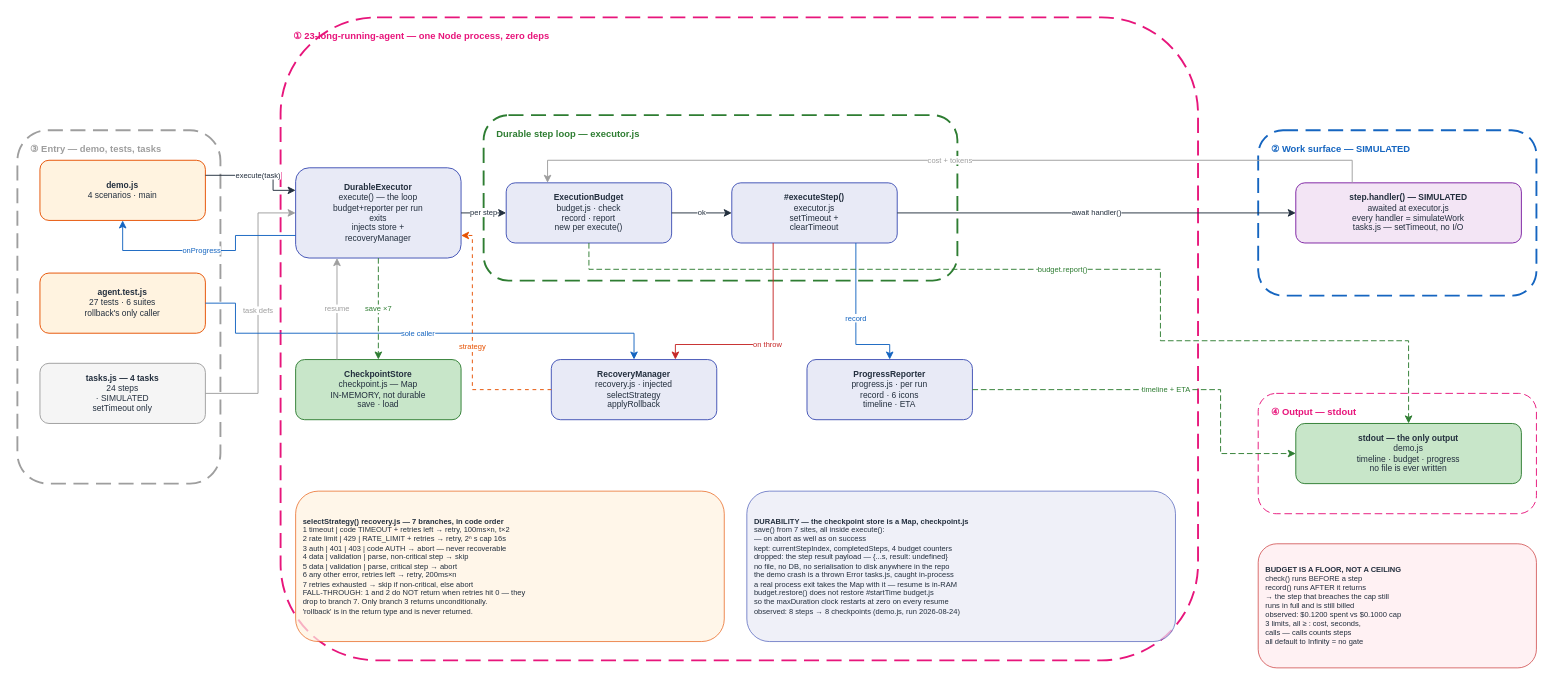
Above: docs/diagrams/long_running_v1/HOA_LongRunning_v1.drawio in gmaheshraju/Hands-on-AgenticAI (draw.io), before the change. Source tidied: cells renumbered, new cells numbered last; positions are measured from the earlier drawing's top-left corner, leaving out a move shared by most shapes. Both pictures are drawn from the tidied source at 94%, with x=0, y=0 at pixel (17, 17).
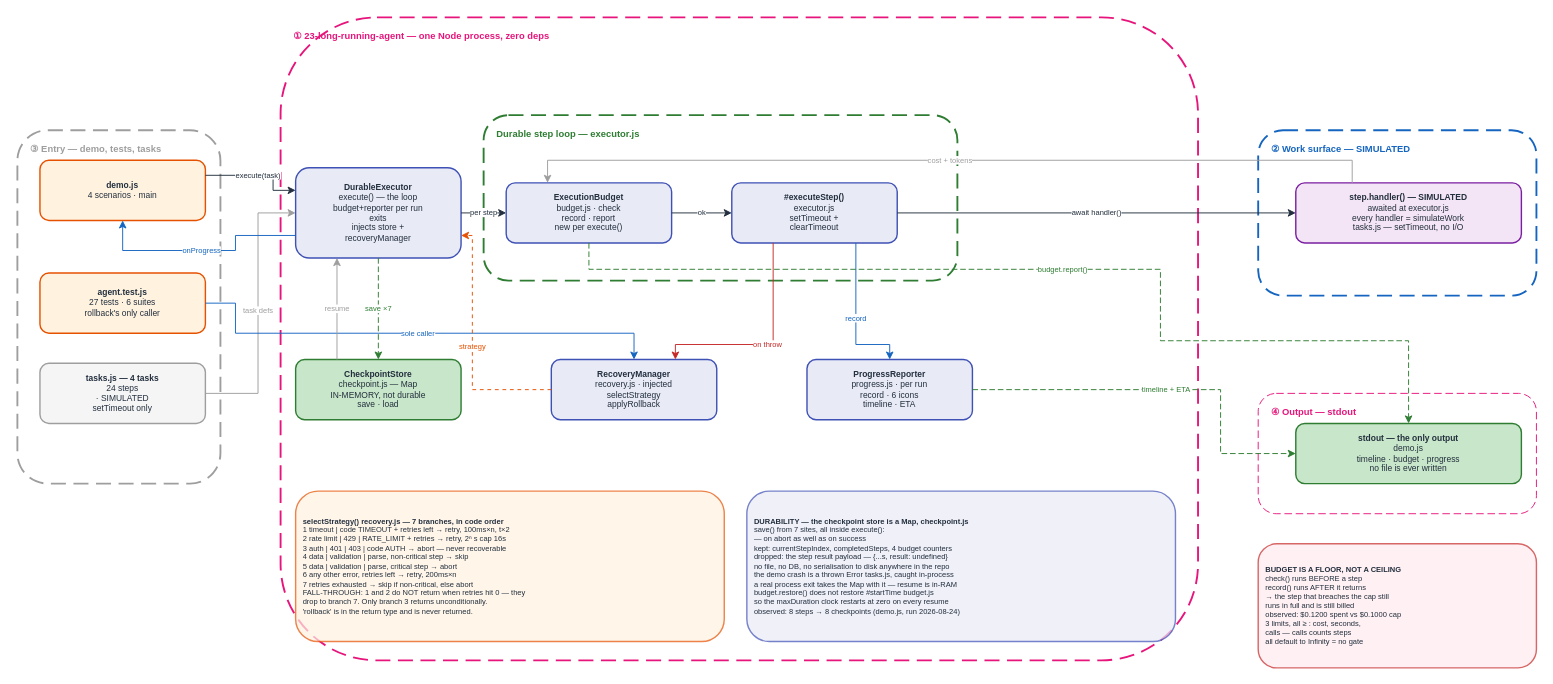
The same diagram, later.

Diff of the diagram source:
```diff
@@
-    <mxCell id="12" value="&lt;b&gt;demo.js&lt;/b&gt;&lt;br&gt;4 scenarios · main&lt;br&gt;" style="rounded=1;fillColor=#FFF3E0;strokeColor=#E65100;fontSize=9;fontColor=#232F3E;html=1;whiteSpace=wrap;align=center;" parent="1" vertex="1">
+    <mxCell id="12" value="&lt;b&gt;demo.js&lt;/b&gt;&lt;br&gt;4 scenarios · main&lt;br&gt;" style="rounded=1;fillColor=#FFF3E0;strokeColor=#E65100;strokeWidth=1.5;fontSize=9;fontColor=#232F3E;html=1;whiteSpace=wrap;align=center;" parent="1" vertex="1">
       <mxGeometry x="24" y="152" width="176" height="64" as="geometry" />
     </mxCell>
-    <mxCell id="13" value="&lt;b&gt;agent.test.js&lt;/b&gt;&lt;br&gt;27 tests · 6 suites&lt;br&gt;rollback's only caller" style="rounded=1;fillColor=#FFF3E0;strokeColor=#E65100;fontSize=9;fontColor=#232F3E;html=1;whiteSpace=wrap;align=center;" parent="1" vertex="1">
+    <mxCell id="13" value="&lt;b&gt;agent.test.js&lt;/b&gt;&lt;br&gt;27 tests · 6 suites&lt;br&gt;rollback's only caller" style="rounded=1;fillColor=#FFF3E0;strokeColor=#E65100;strokeWidth=1.5;fontSize=9;fontColor=#232F3E;html=1;whiteSpace=wrap;align=center;" parent="1" vertex="1">
       <mxGeometry x="24" y="272" width="176" height="64" as="geometry" />
     </mxCell>
-    <mxCell id="14" value="&lt;b&gt;tasks.js — 4 tasks&lt;/b&gt;&lt;br&gt;24 steps&lt;br&gt; · SIMULATED&lt;br&gt;setTimeout only" style="rounded=1;fillColor=#F5F5F5;strokeColor=#9E9E9E;fontSize=9;fontColor=#232F3E;html=1;whiteSpace=wrap;align=center;" parent="1" vertex="1">
+    <mxCell id="14" value="&lt;b&gt;tasks.js — 4 tasks&lt;/b&gt;&lt;br&gt;24 steps&lt;br&gt; · SIMULATED&lt;br&gt;setTimeout only" style="rounded=1;fillColor=#F5F5F5;strokeColor=#9E9E9E;strokeWidth=1.5;fontSize=9;fontColor=#232F3E;html=1;whiteSpace=wrap;align=center;" parent="1" vertex="1">
       <mxGeometry x="24" y="368" width="176" height="64" as="geometry" />
     </mxCell>
-    <mxCell id="15" value="&lt;b&gt;DurableExecutor&lt;/b&gt;&lt;br&gt;execute() — the loop&lt;br&gt;budget+reporter per run&lt;br&gt;exits&lt;br&gt;injects store +&lt;br&gt;recoveryManager" style="rounded=1;fillColor=#E8EAF6;strokeColor=#3F51B5;fontSize=9;fontColor=#232F3E;html=1;whiteSpace=wrap;align=center;" parent="1" vertex="1">
+    <mxCell id="15" value="&lt;b&gt;DurableExecutor&lt;/b&gt;&lt;br&gt;execute() — the loop&lt;br&gt;budget+reporter per run&lt;br&gt;exits&lt;br&gt;injects store +&lt;br&gt;recoveryManager" style="rounded=1;fillColor=#E8EAF6;strokeColor=#3F51B5;strokeWidth=1.5;fontSize=9;fontColor=#232F3E;html=1;whiteSpace=wrap;align=center;" parent="1" vertex="1">
       <mxGeometry x="296" y="160" width="176" height="96" as="geometry" />
     </mxCell>
-    <mxCell id="16" value="&lt;b&gt;ExecutionBudget&lt;/b&gt;&lt;br&gt;budget.js · check&lt;br&gt;record · report&lt;br&gt;new per execute()" style="rounded=1;fillColor=#E8EAF6;strokeColor=#3F51B5;fontSize=9;fontColor=#232F3E;html=1;whiteSpace=wrap;align=center;" parent="1" vertex="1">
+    <mxCell id="16" value="&lt;b&gt;ExecutionBudget&lt;/b&gt;&lt;br&gt;budget.js · check&lt;br&gt;record · report&lt;br&gt;new per execute()" style="rounded=1;fillColor=#E8EAF6;strokeColor=#3F51B5;strokeWidth=1.5;fontSize=9;fontColor=#232F3E;html=1;whiteSpace=wrap;align=center;" parent="1" vertex="1">
       <mxGeometry x="520" y="176" width="176" height="64" as="geometry" />
     </mxCell>
-    <mxCell id="17" value="&lt;b&gt;#executeStep()&lt;/b&gt;&lt;br&gt;executor.js&lt;br&gt;setTimeout +&lt;br&gt;clearTimeout" style="rounded=1;fillColor=#E8EAF6;strokeColor=#3F51B5;fontSize=9;fontColor=#232F3E;html=1;whiteSpace=wrap;align=center;" parent="1" vertex="1">
+    <mxCell id="17" value="&lt;b&gt;#executeStep()&lt;/b&gt;&lt;br&gt;executor.js&lt;br&gt;setTimeout +&lt;br&gt;clearTimeout" style="rounded=1;fillColor=#E8EAF6;strokeColor=#3F51B5;strokeWidth=1.5;fontSize=9;fontColor=#232F3E;html=1;whiteSpace=wrap;align=center;" parent="1" vertex="1">
       <mxGeometry x="760" y="176" width="176" height="64" as="geometry" />
     </mxCell>
-    <mxCell id="18" value="&lt;b&gt;step.handler() — SIMULATED&lt;/b&gt;&lt;br&gt;awaited at executor.js&lt;br&gt;every handler = simulateWork&lt;br&gt;tasks.js — setTimeout, no I/O" style="rounded=1;fillColor=#F3E5F5;strokeColor=#7B1FA2;fontSize=9;fontColor=#232F3E;html=1;whiteSpace=wrap;align=center;" parent="1" vertex="1">
+    <mxCell id="18" value="&lt;b&gt;step.handler() — SIMULATED&lt;/b&gt;&lt;br&gt;awaited at executor.js&lt;br&gt;every handler = simulateWork&lt;br&gt;tasks.js — setTimeout, no I/O" style="rounded=1;fillColor=#F3E5F5;strokeColor=#7B1FA2;strokeWidth=1.5;fontSize=9;fontColor=#232F3E;html=1;whiteSpace=wrap;align=center;" parent="1" vertex="1">
       <mxGeometry x="1360" y="176" width="240" height="64" as="geometry" />
     </mxCell>
-    <mxCell id="19" value="&lt;b&gt;CheckpointStore&lt;/b&gt;&lt;br&gt;checkpoint.js — Map&lt;br&gt;IN-MEMORY, not durable&lt;br&gt;save · load" style="rounded=1;fillColor=#C8E6C9;strokeColor=#2E7D32;fontSize=9;fontColor=#232F3E;html=1;whiteSpace=wrap;align=center;" parent="1" vertex="1">
+    <mxCell id="19" value="&lt;b&gt;CheckpointStore&lt;/b&gt;&lt;br&gt;checkpoint.js — Map&lt;br&gt;IN-MEMORY, not durable&lt;br&gt;save · load" style="rounded=1;fillColor=#C8E6C9;strokeColor=#2E7D32;strokeWidth=1.5;fontSize=9;fontColor=#232F3E;html=1;whiteSpace=wrap;align=center;" parent="1" vertex="1">
       <mxGeometry x="296" y="364" width="176" height="64" as="geometry" />
     </mxCell>
-    <mxCell id="20" value="&lt;b&gt;RecoveryManager&lt;/b&gt;&lt;br&gt;recovery.js · injected&lt;br&gt;selectStrategy&lt;br&gt;applyRollback" style="rounded=1;fillColor=#E8EAF6;strokeColor=#3F51B5;fontSize=9;fontColor=#232F3E;html=1;whiteSpace=wrap;align=center;" parent="1" vertex="1">
+    <mxCell id="20" value="&lt;b&gt;RecoveryManager&lt;/b&gt;&lt;br&gt;recovery.js · injected&lt;br&gt;selectStrategy&lt;br&gt;applyRollback" style="rounded=1;fillColor=#E8EAF6;strokeColor=#3F51B5;strokeWidth=1.5;fontSize=9;fontColor=#232F3E;html=1;whiteSpace=wrap;align=center;" parent="1" vertex="1">
       <mxGeometry x="568" y="364" width="176" height="64" as="geometry" />
     </mxCell>
-    <mxCell id="21" value="&lt;b&gt;ProgressReporter&lt;/b&gt;&lt;br&gt;progress.js · per run&lt;br&gt;record · 6 icons&lt;br&gt;timeline · ETA" style="rounded=1;fillColor=#E8EAF6;strokeColor=#3F51B5;fontSize=9;fontColor=#232F3E;html=1;whiteSpace=wrap;align=center;" parent="1" vertex="1">
+    <mxCell id="21" value="&lt;b&gt;ProgressReporter&lt;/b&gt;&lt;br&gt;progress.js · per run&lt;br&gt;record · 6 icons&lt;br&gt;timeline · ETA" style="rounded=1;fillColor=#E8EAF6;strokeColor=#3F51B5;strokeWidth=1.5;fontSize=9;fontColor=#232F3E;html=1;whiteSpace=wrap;align=center;" parent="1" vertex="1">
       <mxGeometry x="840" y="364" width="176" height="64" as="geometry" />
     </mxCell>
-    <mxCell id="22" value="&lt;b&gt;stdout — the only output&lt;/b&gt;&lt;br&gt;demo.js&lt;br&gt;timeline · budget · progress&lt;br&gt;no file is ever written" style="rounded=1;fillColor=#C8E6C9;strokeColor=#2E7D32;fontSize=9;fontColor=#232F3E;html=1;whiteSpace=wrap;align=center;" parent="1" vertex="1">
+    <mxCell id="22" value="&lt;b&gt;stdout — the only output&lt;/b&gt;&lt;br&gt;demo.js&lt;br&gt;timeline · budget · progress&lt;br&gt;no file is ever written" style="rounded=1;fillColor=#C8E6C9;strokeColor=#2E7D32;strokeWidth=1.5;fontSize=9;fontColor=#232F3E;html=1;whiteSpace=wrap;align=center;" parent="1" vertex="1">
       <mxGeometry x="1360" y="432" width="240" height="64" as="geometry" />
     </mxCell>
-    <mxCell id="23" value="&lt;b&gt;selectStrategy() recovery.js — 7 branches, in code order&lt;/b&gt;&lt;br&gt;1 timeout | code TIMEOUT + retries left → retry, 100ms×n, t×2&lt;br&gt;2 rate limit | 429 | RATE_LIMIT + retries → retry, 2ⁿ s cap 16s&lt;br&gt;3 auth | 401 | 403 | code AUTH → abort — never recoverable&lt;br&gt;4 data | validation | parse, non-critical step → skip&lt;br&gt;5 data | validation | parse, critical step → abort&lt;br&gt;6 any other error, retries left → retry, 200ms×n&lt;br&gt;7 retries exhausted → skip if non-critical, else abort&lt;br&gt;FALL-THROUGH: 1 and 2 do NOT return when retries hit 0 — they&lt;br&gt;drop to branch 7. Only branch 3 returns unconditionally.&lt;br&gt;'rollback' is in the return type and is never returned." style="rounded=1;fillColor=#FFF3E0;strokeColor=#E65100;fontSize=8;fontColor=#232F3E;html=1;whiteSpace=wrap;align=left;spacingLeft=6;opacity=70;" parent="1" vertex="1">
+    <mxCell id="23" value="&lt;b&gt;selectStrategy() recovery.js — 7 branches, in code order&lt;/b&gt;&lt;br&gt;1 timeout | code TIMEOUT + retries left → retry, 100ms×n, t×2&lt;br&gt;2 rate limit | 429 | RATE_LIMIT + retries → retry, 2ⁿ s cap 16s&lt;br&gt;3 auth | 401 | 403 | code AUTH → abort — never recoverable&lt;br&gt;4 data | validation | parse, non-critical step → skip&lt;br&gt;5 data | validation | parse, critical step → abort&lt;br&gt;6 any other error, retries left → retry, 200ms×n&lt;br&gt;7 retries exhausted → skip if non-critical, else abort&lt;br&gt;FALL-THROUGH: 1 and 2 do NOT return when retries hit 0 — they&lt;br&gt;drop to branch 7. Only branch 3 returns unconditionally.&lt;br&gt;'rollback' is in the return type and is never returned." style="rounded=1;fillColor=#FFF3E0;strokeColor=#E65100;strokeWidth=1.5;fontSize=8;fontColor=#232F3E;html=1;whiteSpace=wrap;align=left;spacingLeft=6;opacity=70;" parent="1" vertex="1">
       <mxGeometry x="296" y="504" width="456" height="160" as="geometry" />
     </mxCell>
-    <mxCell id="24" value="&lt;b&gt;DURABILITY — the checkpoint store is a Map, checkpoint.js&lt;/b&gt;&lt;br&gt;save() from 7 sites, all inside execute():&lt;br&gt; — on abort as well as on success&lt;br&gt;kept: currentStepIndex, completedSteps, 4 budget counters&lt;br&gt;dropped: the step result payload — {...s, result: undefined}&lt;br&gt;no file, no DB, no serialisation to disk anywhere in the repo&lt;br&gt;the demo crash is a thrown Error tasks.js, caught in-process&lt;br&gt;a real process exit takes the Map with it — resume is in-RAM&lt;br&gt;budget.restore() does not restore #startTime budget.js&lt;br&gt;so the maxDuration clock restarts at zero on every resume&lt;br&gt;observed: 8 steps → 8 checkpoints (demo.js, run 2026-08-24)" style="rounded=1;fillColor=#E8EAF6;strokeColor=#3F51B5;fontSize=8;fontColor=#232F3E;html=1;whiteSpace=wrap;align=left;spacingLeft=6;opacity=70;" parent="1" vertex="1">
+    <mxCell id="24" value="&lt;b&gt;DURABILITY — the checkpoint store is a Map, checkpoint.js&lt;/b&gt;&lt;br&gt;save() from 7 sites, all inside execute():&lt;br&gt; — on abort as well as on success&lt;br&gt;kept: currentStepIndex, completedSteps, 4 budget counters&lt;br&gt;dropped: the step result payload — {...s, result: undefined}&lt;br&gt;no file, no DB, no serialisation to disk anywhere in the repo&lt;br&gt;the demo crash is a thrown Error tasks.js, caught in-process&lt;br&gt;a real process exit takes the Map with it — resume is in-RAM&lt;br&gt;budget.restore() does not restore #startTime budget.js&lt;br&gt;so the maxDuration clock restarts at zero on every resume&lt;br&gt;observed: 8 steps → 8 checkpoints (demo.js, run 2026-08-24)" style="rounded=1;fillColor=#E8EAF6;strokeColor=#3F51B5;strokeWidth=1.5;fontSize=8;fontColor=#232F3E;html=1;whiteSpace=wrap;align=left;spacingLeft=6;opacity=70;" parent="1" vertex="1">
       <mxGeometry x="776" y="504" width="456" height="160" as="geometry" />
     </mxCell>
-    <mxCell id="25" value="&lt;b&gt;BUDGET IS A FLOOR, NOT A CEILING&lt;/b&gt;&lt;br&gt;check() runs BEFORE a step&lt;br&gt;record() runs AFTER it returns&lt;br&gt;→ the step that breaches the cap still&lt;br&gt;runs in full and is still billed&lt;br&gt;observed: $0.1200 spent vs $0.1000 cap&lt;br&gt;3 limits, all ≥ : cost, seconds,&lt;br&gt;calls — calls counts steps&lt;br&gt;all default to Infinity = no gate" style="rounded=1;fillColor=#FFEBEE;strokeColor=#C62828;fontSize=8;fontColor=#232F3E;html=1;whiteSpace=wrap;align=left;spacingLeft=6;opacity=70;" parent="1" vertex="1">
+    <mxCell id="25" value="&lt;b&gt;BUDGET IS A FLOOR, NOT A CEILING&lt;/b&gt;&lt;br&gt;check() runs BEFORE a step&lt;br&gt;record() runs AFTER it returns&lt;br&gt;→ the step that breaches the cap still&lt;br&gt;runs in full and is still billed&lt;br&gt;observed: $0.1200 spent vs $0.1000 cap&lt;br&gt;3 limits, all ≥ : cost, seconds,&lt;br&gt;calls — calls counts steps&lt;br&gt;all default to Infinity = no gate" style="rounded=1;fillColor=#FFEBEE;strokeColor=#C62828;strokeWidth=1.5;fontSize=8;fontColor=#232F3E;html=1;whiteSpace=wrap;align=left;spacingLeft=6;opacity=70;" parent="1" vertex="1">
       <mxGeometry x="1320" y="560" width="296" height="132" as="geometry" />
     </mxCell>
```
